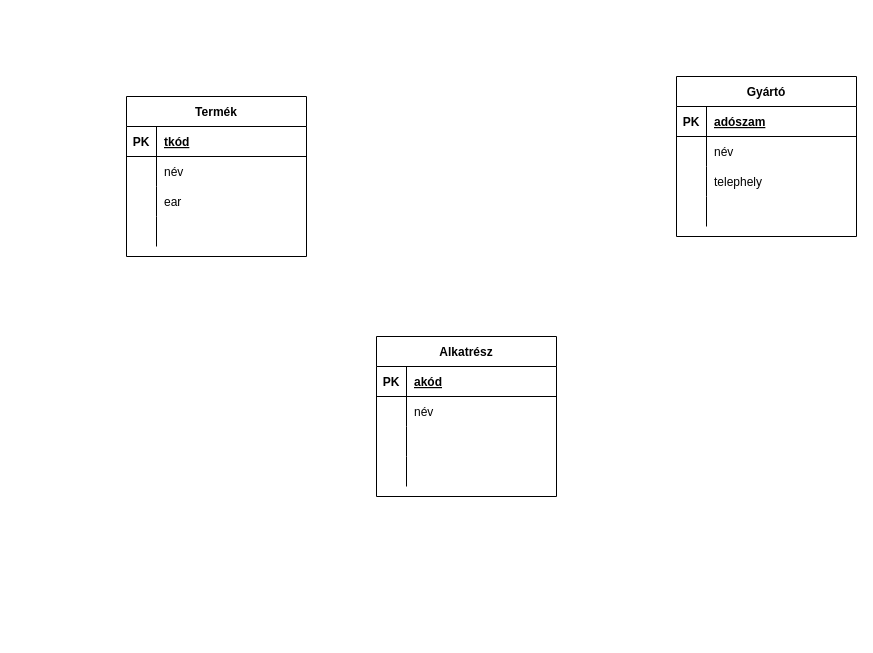
Above: HEPMIU_1004/hepmiu:4.3.drawio in urbanoliver/HEPMIU_DB1Gyak (draw.io), before the change. Source tidied: cells renumbered, new cells numbered last; positions are measured from the earlier drawing's top-left corner, leaving out a move shared by most shapes. Both pictures are drawn from the tidied source at 100%, with x=0, y=0 at pixel (126, 76).
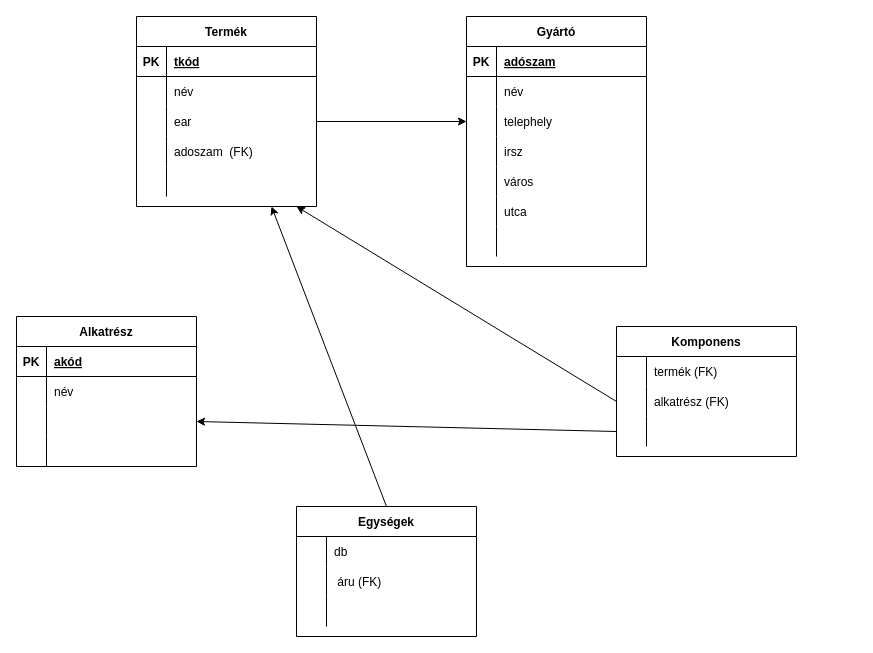
Above is the later version.

Unchanged cells that the change refers to:
```xml
<mxCell id="9" style="shape=tableRow;horizontal=0;startSize=0;swimlaneHead=0;swimlaneBody=0;fillColor=none;points=[[0,0.5],[1,0.5]];portConstraint=eastwest;top=0;left=0;right=0;bottom=0;" parent="2" vertex="1">
  <mxGeometry y="90" width="180" height="30" as="geometry" />
</mxCell>
<mxCell id="22" style="shape=tableRow;horizontal=0;startSize=0;swimlaneHead=0;swimlaneBody=0;fillColor=none;points=[[0,0.5],[1,0.5]];portConstraint=eastwest;top=0;left=0;right=0;bottom=0;" parent="15" vertex="1">
  <mxGeometry y="90" width="180" height="30" as="geometry" />
</mxCell>
<mxCell id="35" style="shape=tableRow;horizontal=0;startSize=0;swimlaneHead=0;swimlaneBody=0;fillColor=none;points=[[0,0.5],[1,0.5]];portConstraint=eastwest;top=0;left=0;right=0;bottom=0;" parent="28" vertex="1">
  <mxGeometry y="90" width="180" height="30" as="geometry" />
</mxCell>
```

Diff of the diagram source:
```diff
@@
     <mxCell id="2" value="Termék" style="shape=table;startSize=30;childLayout=tableLayout;rowLines=0;fontStyle=1;align=center;" parent="1" vertex="1">
-      <mxGeometry y="20" width="180" height="160" as="geometry" />
+      <mxGeometry x="10" y="-60" width="180" height="190" as="geometry" />
     </mxCell>
@@
+    <mxCell id="41" style="shape=tableRow;horizontal=0;startSize=0;swimlaneHead=0;swimlaneBody=0;fillColor=none;top=0;left=0;right=0;bottom=0;" parent="2" vertex="1">
+      <mxGeometry y="120" width="180" height="30" as="geometry" />
+    </mxCell>
+    <mxCell id="42" style="shape=partialRectangle;fillColor=none;top=0;left=0;bottom=0;right=0;overflow=hidden;" parent="41" vertex="1">
+      <mxGeometry width="30" height="30" as="geometry" />
+    </mxCell>
+    <mxCell id="43" value="adoszam  (FK)" style="shape=partialRectangle;fillColor=none;top=0;left=0;bottom=0;right=0;align=left;spacingLeft=6;overflow=hidden;" parent="41" vertex="1">
+      <mxGeometry x="30" width="150" height="30" as="geometry" />
+    </mxCell>
     <mxCell id="12" style="shape=tableRow;horizontal=0;startSize=0;swimlaneHead=0;swimlaneBody=0;fillColor=none;top=0;left=0;right=0;bottom=0;" parent="2" vertex="1">
-      <mxGeometry y="120" width="180" height="30" as="geometry" />
+      <mxGeometry y="150" width="180" height="30" as="geometry" />
     </mxCell>
@@
     <mxCell id="15" value="Gyártó" style="shape=table;startSize=30;childLayout=tableLayout;rowLines=0;fontStyle=1;align=center;" parent="1" vertex="1">
-      <mxGeometry x="550" width="180" height="160" as="geometry" />
+      <mxGeometry x="340" y="-60" width="180" height="250" as="geometry" />
     </mxCell>
@@
+    <mxCell id="44" style="shape=tableRow;horizontal=0;startSize=0;swimlaneHead=0;swimlaneBody=0;fillColor=none;top=0;left=0;right=0;bottom=0;" parent="15" vertex="1">
+      <mxGeometry y="120" width="180" height="30" as="geometry" />
+    </mxCell>
+    <mxCell id="45" style="shape=partialRectangle;fillColor=none;top=0;left=0;bottom=0;right=0;overflow=hidden;" parent="44" vertex="1">
+      <mxGeometry width="30" height="30" as="geometry" />
+    </mxCell>
+    <mxCell id="46" value="irsz" style="shape=partialRectangle;fillColor=none;top=0;left=0;bottom=0;right=0;align=left;spacingLeft=6;overflow=hidden;" parent="44" vertex="1">
+      <mxGeometry x="30" width="150" height="30" as="geometry" />
+    </mxCell>
+    <mxCell id="47" style="shape=tableRow;horizontal=0;startSize=0;swimlaneHead=0;swimlaneBody=0;fillColor=none;top=0;left=0;right=0;bottom=0;" parent="15" vertex="1">
+      <mxGeometry y="150" width="180" height="30" as="geometry" />
+    </mxCell>
+    <mxCell id="48" style="shape=partialRectangle;fillColor=none;top=0;left=0;bottom=0;right=0;overflow=hidden;" parent="47" vertex="1">
+      <mxGeometry width="30" height="30" as="geometry" />
+    </mxCell>
+    <mxCell id="49" value="város" style="shape=partialRectangle;fillColor=none;top=0;left=0;bottom=0;right=0;align=left;spacingLeft=6;overflow=hidden;" parent="47" vertex="1">
+      <mxGeometry x="30" width="150" height="30" as="geometry" />
+    </mxCell>
+    <mxCell id="50" style="shape=tableRow;horizontal=0;startSize=0;swimlaneHead=0;swimlaneBody=0;fillColor=none;top=0;left=0;right=0;bottom=0;" parent="15" vertex="1">
+      <mxGeometry y="180" width="180" height="30" as="geometry" />
+    </mxCell>
+    <mxCell id="51" style="shape=partialRectangle;fillColor=none;top=0;left=0;bottom=0;right=0;overflow=hidden;" parent="50" vertex="1">
+      <mxGeometry width="30" height="30" as="geometry" />
+    </mxCell>
+    <mxCell id="52" value="utca" style="shape=partialRectangle;fillColor=none;top=0;left=0;bottom=0;right=0;align=left;spacingLeft=6;overflow=hidden;" parent="50" vertex="1">
+      <mxGeometry x="30" width="150" height="30" as="geometry" />
+    </mxCell>
     <mxCell id="25" style="shape=tableRow;horizontal=0;startSize=0;swimlaneHead=0;swimlaneBody=0;fillColor=none;top=0;left=0;right=0;bottom=0;" parent="15" vertex="1">
-      <mxGeometry y="120" width="180" height="30" as="geometry" />
+      <mxGeometry y="210" width="180" height="30" as="geometry" />
     </mxCell>
@@
     <mxCell id="28" value="Alkatrész" style="shape=table;startSize=30;childLayout=tableLayout;rowLines=0;fontStyle=1;align=center;" parent="1" vertex="1">
-      <mxGeometry x="250" y="260" width="180" height="160" as="geometry" />
+      <mxGeometry x="-110" y="240" width="180" height="150" as="geometry" />
     </mxCell>
@@
+    <mxCell id="53" value="Egységek" style="shape=table;startSize=30;childLayout=tableLayout;rowLines=0;fontStyle=1;align=center;" parent="1" vertex="1">
+      <mxGeometry x="170" y="430" width="180" height="130" as="geometry" />
+    </mxCell>
+    <mxCell id="54" style="shape=tableRow;horizontal=0;startSize=0;swimlaneHead=0;swimlaneBody=0;fillColor=none;top=0;left=0;right=0;bottom=0;" parent="53" vertex="1">
+      <mxGeometry y="30" width="180" height="30" as="geometry" />
+    </mxCell>
+    <mxCell id="55" style="shape=partialRectangle;fillColor=none;top=0;left=0;bottom=0;right=0;overflow=hidden;" parent="54" vertex="1">
+      <mxGeometry width="30" height="30" as="geometry" />
+    </mxCell>
+    <mxCell id="56" value="db" style="shape=partialRectangle;fillColor=none;top=0;left=0;bottom=0;right=0;align=left;spacingLeft=6;overflow=hidden;" parent="54" vertex="1">
+      <mxGeometry x="30" width="150" height="30" as="geometry" />
+    </mxCell>
+    <mxCell id="57" style="shape=tableRow;horizontal=0;startSize=0;swimlaneHead=0;swimlaneBody=0;fillColor=none;top=0;left=0;right=0;bottom=0;" parent="53" vertex="1">
+      <mxGeometry y="60" width="180" height="30" as="geometry" />
+    </mxCell>
+    <mxCell id="58" style="shape=partialRectangle;fillColor=none;top=0;left=0;bottom=0;right=0;overflow=hidden;" parent="57" vertex="1">
+      <mxGeometry width="30" height="30" as="geometry" />
+    </mxCell>
+    <mxCell id="59" value=" áru (FK)" style="shape=partialRectangle;fillColor=none;top=0;left=0;bottom=0;right=0;align=left;spacingLeft=6;overflow=hidden;" parent="57" vertex="1">
+      <mxGeometry x="30" width="150" height="30" as="geometry" />
+    </mxCell>
+    <mxCell id="60" style="shape=tableRow;horizontal=0;startSize=0;swimlaneHead=0;swimlaneBody=0;fillColor=none;top=0;left=0;right=0;bottom=0;" parent="53" vertex="1">
+      <mxGeometry y="90" width="180" height="30" as="geometry" />
+    </mxCell>
+    <mxCell id="61" style="shape=partialRectangle;fillColor=none;top=0;left=0;bottom=0;right=0;overflow=hidden;" parent="60" vertex="1">
+      <mxGeometry width="30" height="30" as="geometry" />
+    </mxCell>
+    <mxCell id="62" style="shape=partialRectangle;fillColor=none;top=0;left=0;bottom=0;right=0;align=left;spacingLeft=6;overflow=hidden;" parent="60" vertex="1">
+      <mxGeometry x="30" width="150" height="30" as="geometry" />
+    </mxCell>
+    <mxCell id="63" value="Komponens" style="shape=table;startSize=30;childLayout=tableLayout;rowLines=0;fontStyle=1;align=center;" parent="1" vertex="1">
+      <mxGeometry x="490" y="250" width="180" height="130" as="geometry" />
+    </mxCell>
+    <mxCell id="64" style="shape=tableRow;horizontal=0;startSize=0;swimlaneHead=0;swimlaneBody=0;fillColor=none;top=0;left=0;right=0;bottom=0;" parent="63" vertex="1">
+      <mxGeometry y="30" width="180" height="30" as="geometry" />
+    </mxCell>
+    <mxCell id="65" style="shape=partialRectangle;fillColor=none;top=0;left=0;bottom=0;right=0;overflow=hidden;" parent="64" vertex="1">
+      <mxGeometry width="30" height="30" as="geometry" />
+    </mxCell>
+    <mxCell id="66" value="termék (FK)" style="shape=partialRectangle;fillColor=none;top=0;left=0;bottom=0;right=0;align=left;spacingLeft=6;overflow=hidden;" parent="64" vertex="1">
+      <mxGeometry x="30" width="150" height="30" as="geometry" />
+    </mxCell>
+    <mxCell id="67" style="shape=tableRow;horizontal=0;startSize=0;swimlaneHead=0;swimlaneBody=0;fillColor=none;points=[[0,0.5],[1,0.5]];portConstraint=eastwest;top=0;left=0;right=0;bottom=0;" parent="63" vertex="1">
+      <mxGeometry y="60" width="180" height="30" as="geometry" />
+    </mxCell>
+    <mxCell id="68" style="shape=partialRectangle;fillColor=none;top=0;left=0;bottom=0;right=0;overflow=hidden;" parent="67" vertex="1">
+      <mxGeometry width="30" height="30" as="geometry" />
+    </mxCell>
+    <mxCell id="69" value="alkatrész (FK)" style="shape=partialRectangle;fillColor=none;top=0;left=0;bottom=0;right=0;align=left;spacingLeft=6;overflow=hidden;" parent="67" vertex="1">
+      <mxGeometry x="30" width="150" height="30" as="geometry" />
+    </mxCell>
+    <mxCell id="70" style="shape=tableRow;horizontal=0;startSize=0;swimlaneHead=0;swimlaneBody=0;fillColor=none;points=[[0,0.5],[1,0.5]];portConstraint=eastwest;top=0;left=0;right=0;bottom=0;" parent="63" vertex="1">
+      <mxGeometry y="90" width="180" height="30" as="geometry" />
+    </mxCell>
+    <mxCell id="71" style="shape=partialRectangle;fillColor=none;top=0;left=0;bottom=0;right=0;overflow=hidden;" parent="70" vertex="1">
+      <mxGeometry width="30" height="30" as="geometry" />
+    </mxCell>
+    <mxCell id="72" style="shape=partialRectangle;fillColor=none;top=0;left=0;bottom=0;right=0;align=left;spacingLeft=6;overflow=hidden;" parent="70" vertex="1">
+      <mxGeometry x="30" width="150" height="30" as="geometry" />
+    </mxCell>
+    <mxCell id="73" style="endArrow=classic;html=1;rounded=0;exitX=1;exitY=0.5;exitDx=0;exitDy=0;entryX=0;entryY=0.5;entryDx=0;entryDy=0;" parent="1" edge="1" source="9" target="22">
+      <mxGeometry relative="1" as="geometry" />
+    </mxCell>
+    <mxCell id="74" style="endArrow=classic;html=1;rounded=0;exitX=0;exitY=0.5;exitDx=0;exitDy=0;entryX=1;entryY=0.5;entryDx=0;entryDy=0;" parent="1" edge="1" source="70" target="35">
+      <mxGeometry relative="1" as="geometry" />
+    </mxCell>
+    <mxCell id="75" style="endArrow=classic;html=1;rounded=0;exitX=0;exitY=0.5;exitDx=0;exitDy=0;" parent="1" edge="1" source="67">
+      <mxGeometry relative="1" as="geometry">
+        <mxPoint x="170" y="130" as="targetPoint" />
+      </mxGeometry>
+    </mxCell>
+    <mxCell id="76" style="endArrow=classic;html=1;rounded=0;exitX=0.5;exitY=0;exitDx=0;exitDy=0;entryX=0.75;entryY=1;entryDx=0;entryDy=0;" parent="1" edge="1" source="53" target="2">
+      <mxGeometry relative="1" as="geometry" />
+    </mxCell>
```
